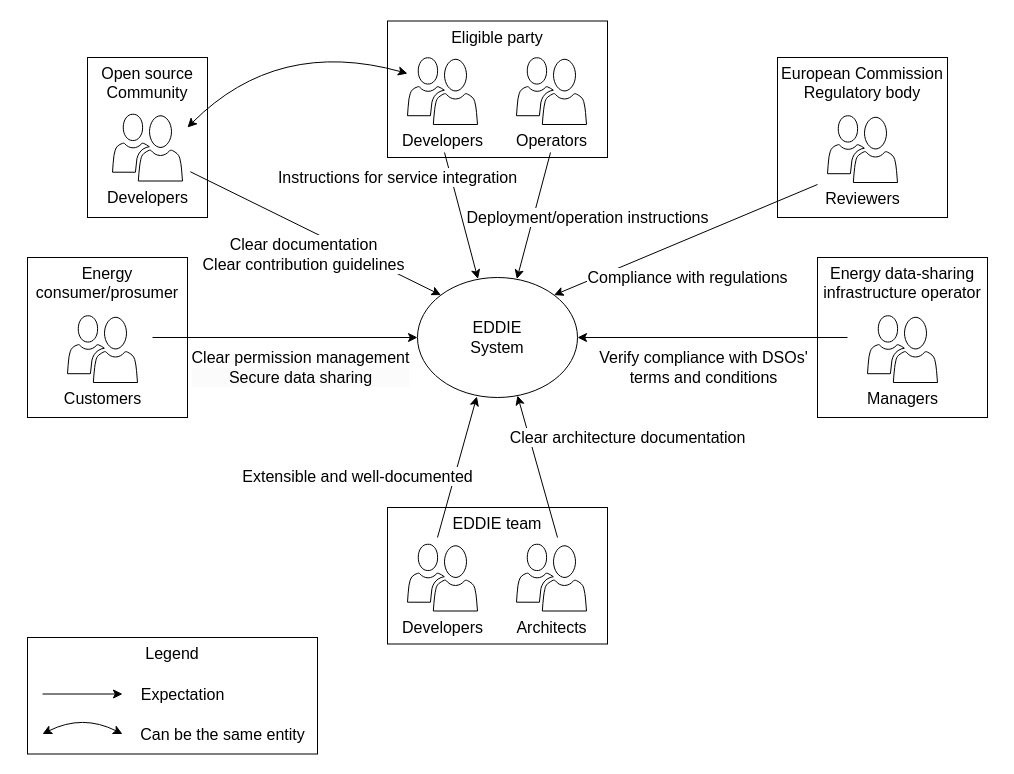
Before: arc42/introduction-and-goals/figures/stakeholders.drawio in eddie-energy/architecture, a draw.io diagram. Source tidied: cells renumbered, new cells numbered last; positions are measured from the earlier drawing's top-left corner, leaving out a move shared by most shapes. Both pictures are drawn from the tidied source at 100%, with x=0, y=0 at pixel (27, 21).
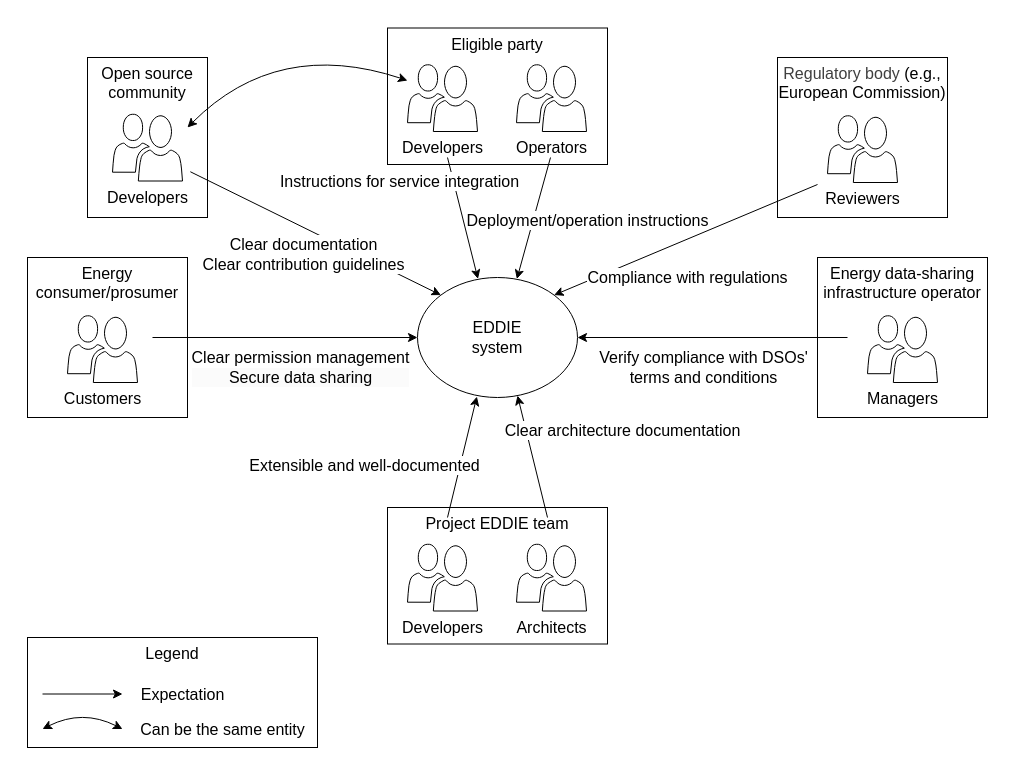
The same diagram, later.

The edit, as a diff of the source:
```diff
@@
+    <mxCell id="29" style="rounded=0;whiteSpace=wrap;html=1;strokeColor=none;" parent="1" vertex="1">
+      <mxGeometry x="-10" y="-4" width="980" height="740" as="geometry" />
+    </mxCell>
     <mxCell id="2" value="Legend" style="rounded=0;whiteSpace=wrap;html=1;verticalAlign=top;fontSize=16;" parent="1" vertex="1">
-      <mxGeometry y="616" width="290" height="116.5" as="geometry" />
+      <mxGeometry y="616" width="290" height="110" as="geometry" />
     </mxCell>
-    <mxCell id="3" value="European Commission&lt;div&gt;Regulatory body&lt;/div&gt;" style="rounded=0;whiteSpace=wrap;html=1;verticalAlign=top;fontSize=16;" parent="1" vertex="1">
+    <mxCell id="3" value="&lt;span style=&quot;color: rgb(63, 63, 63);&quot;&gt;Regulatory body&amp;nbsp;&lt;/span&gt;(e.g., European Commission)" style="rounded=0;whiteSpace=wrap;html=1;verticalAlign=top;fontSize=16;" parent="1" vertex="1">
       <mxGeometry x="750" y="36" width="170" height="160" as="geometry" />
     </mxCell>
-    <mxCell id="4" value="EDDIE team" style="rounded=0;whiteSpace=wrap;html=1;verticalAlign=top;fontSize=16;" parent="1" vertex="1">
+    <mxCell id="4" value="Project EDDIE team" style="rounded=0;whiteSpace=wrap;html=1;verticalAlign=top;fontSize=16;" parent="1" vertex="1">
       <mxGeometry x="360" y="486" width="220" height="136.5" as="geometry" />
     </mxCell>
@@
     <mxCell id="6" value="Eligible party" style="rounded=0;whiteSpace=wrap;html=1;verticalAlign=top;fontSize=16;" parent="1" vertex="1">
-      <mxGeometry x="360" y="-0.5" width="220" height="136.5" as="geometry" />
+      <mxGeometry x="360" y="6.5" width="220" height="136.5" as="geometry" />
     </mxCell>
-    <mxCell id="7" value="Open source Community" style="rounded=0;whiteSpace=wrap;html=1;verticalAlign=top;fontSize=16;" parent="1" vertex="1">
+    <mxCell id="7" value="Open source community" style="rounded=0;whiteSpace=wrap;html=1;verticalAlign=top;fontSize=16;" parent="1" vertex="1">
       <mxGeometry x="60" y="36" width="120" height="160" as="geometry" />
     </mxCell>
@@
-    <mxCell id="10" value="&lt;font&gt;EDDIE&lt;/font&gt;&lt;div&gt;&lt;font&gt;System&lt;/font&gt;&lt;/div&gt;" style="ellipse;whiteSpace=wrap;html=1;fontSize=16;" parent="1" vertex="1">
+    <mxCell id="10" value="&lt;font&gt;EDDIE&lt;/font&gt;&lt;div&gt;&lt;font&gt;system&lt;/font&gt;&lt;/div&gt;" style="ellipse;whiteSpace=wrap;html=1;fontSize=16;" parent="1" vertex="1">
       <mxGeometry x="390" y="256" width="160" height="120" as="geometry" />
     </mxCell>
@@
     <mxCell id="14" value="&lt;div&gt;&lt;span style=&quot;background-color: rgb(255, 255, 255); font-size: 16px; color: light-dark(rgb(0, 0, 0), rgb(255, 255, 255));&quot;&gt;Developers&lt;/span&gt;&lt;br&gt;&lt;/div&gt;" style="sketch=0;shadow=0;dashed=0;html=1;labelPosition=center;verticalLabelPosition=bottom;verticalAlign=top;align=center;shape=mxgraph.mscae.intune.user_group;" parent="1" vertex="1">
-      <mxGeometry x="380" y="36" width="70" height="67" as="geometry" />
+      <mxGeometry x="380" y="43" width="70" height="67" as="geometry" />
     </mxCell>
     <mxCell id="15" value="&lt;div&gt;&lt;span style=&quot;background-color: rgb(255, 255, 255); font-size: 16px; color: light-dark(rgb(0, 0, 0), rgb(255, 255, 255));&quot;&gt;Operators&lt;/span&gt;&lt;br&gt;&lt;/div&gt;" style="sketch=0;shadow=0;dashed=0;html=1;labelPosition=center;verticalLabelPosition=bottom;verticalAlign=top;align=center;shape=mxgraph.mscae.intune.user_group;" parent="1" vertex="1">
-      <mxGeometry x="489" y="36" width="70" height="67" as="geometry" />
+      <mxGeometry x="489" y="43" width="70" height="67" as="geometry" />
     </mxCell>
     <mxCell id="16" value="Instructions for service integration" style="edgeStyle=none;shape=connector;rounded=0;jettySize=auto;html=1;align=center;verticalAlign=middle;fontFamily=Helvetica;fontSize=16;fontColor=default;labelBackgroundColor=default;endArrow=classic;endFill=1;endSize=7;startSize=7;strokeWidth=1;entryX=0.378;entryY=0.012;entryDx=0;entryDy=0;entryPerimeter=0;" parent="1" edge="1" target="10">
       <mxGeometry x="-0.81" y="-52" relative="1" as="geometry">
-        <mxPoint x="417" y="131" as="sourcePoint" />
+        <mxPoint x="420" y="136" as="sourcePoint" />
       </mxGeometry>
     </mxCell>
     <mxCell id="17" value="Deployment/operation instructions" style="edgeStyle=none;shape=connector;rounded=0;jettySize=auto;html=1;align=center;verticalAlign=middle;fontFamily=Helvetica;fontSize=16;fontColor=default;labelBackgroundColor=default;endArrow=classic;endFill=1;endSize=7;startSize=7;strokeWidth=1;entryX=0.621;entryY=0.013;entryDx=0;entryDy=0;entryPerimeter=0;" parent="1" edge="1" target="10">
       <mxGeometry x="-0.19" y="52" relative="1" as="geometry">
-        <mxPoint x="523" y="131" as="sourcePoint" />
+        <mxPoint x="523" y="136" as="sourcePoint" />
       </mxGeometry>
     </mxCell>
@@
     <mxCell id="23" value="Extensible and well-documented" style="edgeStyle=none;shape=connector;rounded=0;jettySize=auto;html=1;align=center;verticalAlign=middle;fontFamily=Helvetica;fontSize=16;fontColor=default;labelBackgroundColor=default;endArrow=classic;endFill=1;endSize=7;startSize=7;strokeWidth=1;entryX=0.371;entryY=0.992;entryDx=0;entryDy=0;entryPerimeter=0;" parent="1" edge="1" target="10">
       <mxGeometry x="-0.5" y="93" relative="1" as="geometry">
-        <mxPoint x="410" y="516" as="sourcePoint" />
+        <mxPoint x="420" y="496" as="sourcePoint" />
       </mxGeometry>
     </mxCell>
     <mxCell id="24" value="Clear architecture documentation" style="edgeStyle=none;shape=connector;rounded=0;jettySize=auto;html=1;align=center;verticalAlign=middle;fontFamily=Helvetica;fontSize=16;fontColor=default;labelBackgroundColor=default;endArrow=classic;endFill=1;endSize=7;startSize=7;strokeWidth=1;entryX=0.625;entryY=0.984;entryDx=0;entryDy=0;entryPerimeter=0;" parent="1" edge="1" target="10">
       <mxGeometry x="0.05" y="-95" relative="1" as="geometry">
-        <mxPoint x="530" y="516" as="sourcePoint" />
+        <mxPoint x="520" y="496" as="sourcePoint" />
         <mxPoint x="-1" as="offset" />
       </mxGeometry>
     </mxCell>
@@
     <mxCell id="28" value="Can be the same entity" style="curved=1;endArrow=classic;html=1;rounded=0;align=center;verticalAlign=middle;fontFamily=Helvetica;fontSize=16;fontColor=default;labelBackgroundColor=default;endFill=1;startArrow=classic;startFill=1;endSize=7;startSize=7;" parent="1" edge="1">
       <mxGeometry x="1" y="100" relative="1" as="geometry">
-        <mxPoint x="15" y="712.5" as="sourcePoint" />
-        <mxPoint x="95" y="712.5" as="targetPoint" />
+        <mxPoint x="15" y="707.5" as="sourcePoint" />
+        <mxPoint x="95" y="707.5" as="targetPoint" />
         <Array as="points">
-          <mxPoint x="55" y="692.5" />
+          <mxPoint x="55" y="687.5" />
         </Array>
         <mxPoint x="56" y="90" as="offset" />
       </mxGeometry>
     </mxCell>
```
